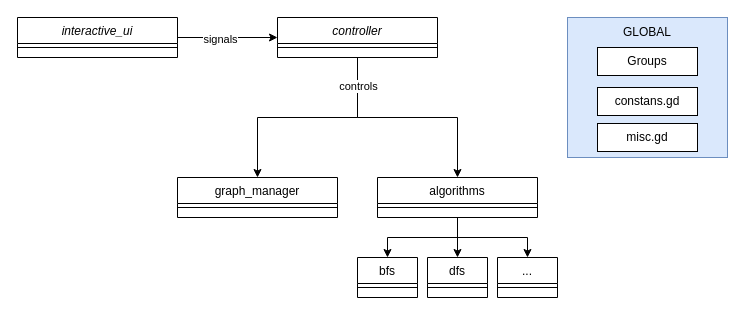
Above: docs/basic_architecture.drawio in cppcake/visu_alpro (draw.io), before the change. Source tidied: cells renumbered, new cells numbered last; positions are measured from the earlier drawing's top-left corner, leaving out a move shared by most shapes. Both pictures are drawn from the tidied source at 100%, with x=0, y=0 at pixel (17, 17).
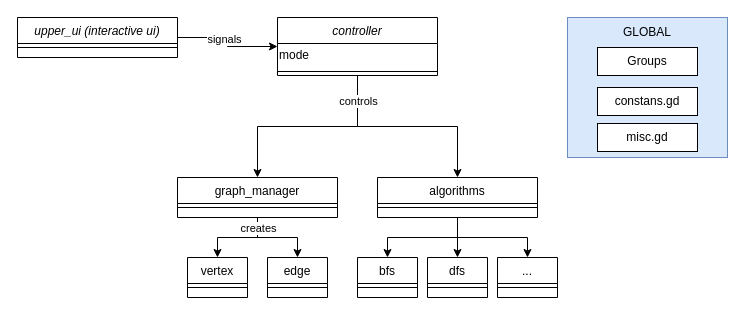
Above is the later version.

Unchanged cells that the change refers to:
```xml
<mxCell id="8" value="graph_manager" style="swimlane;fontStyle=0;align=center;verticalAlign=top;horizontal=1;startSize=26;rounded=0;shadow=0;strokeWidth=1;" parent="1" vertex="1">
  <mxGeometry x="160" y="160" width="160" height="40" as="geometry" />
</mxCell>
```

Change to the diagram source:
```diff
@@
     <mxCell id="6" value="controller" style="swimlane;fontStyle=2;align=center;verticalAlign=top;horizontal=1;startSize=26;rounded=0;shadow=0;strokeWidth=1;" parent="1" vertex="1">
-      <mxGeometry x="260" width="160" height="40" as="geometry" />
+      <mxGeometry x="260" width="160" height="58" as="geometry" />
     </mxCell>
+    <mxCell id="29" value="mode" style="text;html=1;align=left;verticalAlign=middle;whiteSpace=wrap;rounded=0;" parent="6" vertex="1">
+      <mxGeometry y="26" width="160" height="24" as="geometry" />
+    </mxCell>
     <mxCell id="7" style="line;html=1;strokeWidth=1;align=left;verticalAlign=middle;spacingTop=-1;spacingLeft=3;spacingRight=3;labelPosition=right;" parent="6" vertex="1">
-      <mxGeometry y="26" width="160" height="8" as="geometry" />
+      <mxGeometry y="50" width="160" height="8" as="geometry" />
     </mxCell>
+    <mxCell id="30" style="edgeStyle=orthogonalEdgeStyle;rounded=0;jettySize=auto;html=1;entryX=0.5;entryY=0;entryDx=0;entryDy=0;" parent="1" edge="1" source="8" target="33">
+      <mxGeometry relative="1" as="geometry" />
+    </mxCell>
+    <mxCell id="31" style="edgeStyle=orthogonalEdgeStyle;rounded=0;jettySize=auto;html=1;entryX=0.5;entryY=0;entryDx=0;entryDy=0;" parent="1" edge="1" source="8" target="35">
+      <mxGeometry relative="1" as="geometry" />
+    </mxCell>
+    <mxCell id="32" value="creates" style="edgeLabel;html=1;align=center;verticalAlign=middle;" parent="31" vertex="1">
+      <mxGeometry x="-0.74" relative="1" as="geometry" />
+    </mxCell>
@@
-    <mxCell id="17" value="interactive_ui" style="swimlane;fontStyle=2;align=center;verticalAlign=top;horizontal=1;startSize=26;rounded=0;shadow=0;strokeWidth=1;" parent="1" vertex="1">
+    <mxCell id="17" value="upper_ui (interactive ui)" style="swimlane;fontStyle=2;align=center;verticalAlign=top;horizontal=1;startSize=26;rounded=0;shadow=0;strokeWidth=1;" parent="1" vertex="1">
       <mxGeometry width="160" height="40" as="geometry" />
     </mxCell>
@@
+    <mxCell id="33" value="vertex" style="swimlane;fontStyle=0;align=center;verticalAlign=top;horizontal=1;startSize=26;rounded=0;shadow=0;strokeWidth=1;" parent="1" vertex="1">
+      <mxGeometry x="170" y="240" width="60" height="40" as="geometry" />
+    </mxCell>
+    <mxCell id="34" style="line;html=1;strokeWidth=1;align=left;verticalAlign=middle;spacingTop=-1;spacingLeft=3;spacingRight=3;labelPosition=right;" parent="33" vertex="1">
+      <mxGeometry y="26" width="60" height="8" as="geometry" />
+    </mxCell>
+    <mxCell id="35" value="edge" style="swimlane;fontStyle=0;align=center;verticalAlign=top;horizontal=1;startSize=26;rounded=0;shadow=0;strokeWidth=1;" parent="1" vertex="1">
+      <mxGeometry x="250" y="240" width="60" height="40" as="geometry" />
+    </mxCell>
+    <mxCell id="36" style="line;html=1;strokeWidth=1;align=left;verticalAlign=middle;spacingTop=-1;spacingLeft=3;spacingRight=3;labelPosition=right;" parent="35" vertex="1">
+      <mxGeometry y="26" width="60" height="8" as="geometry" />
+    </mxCell>
```
